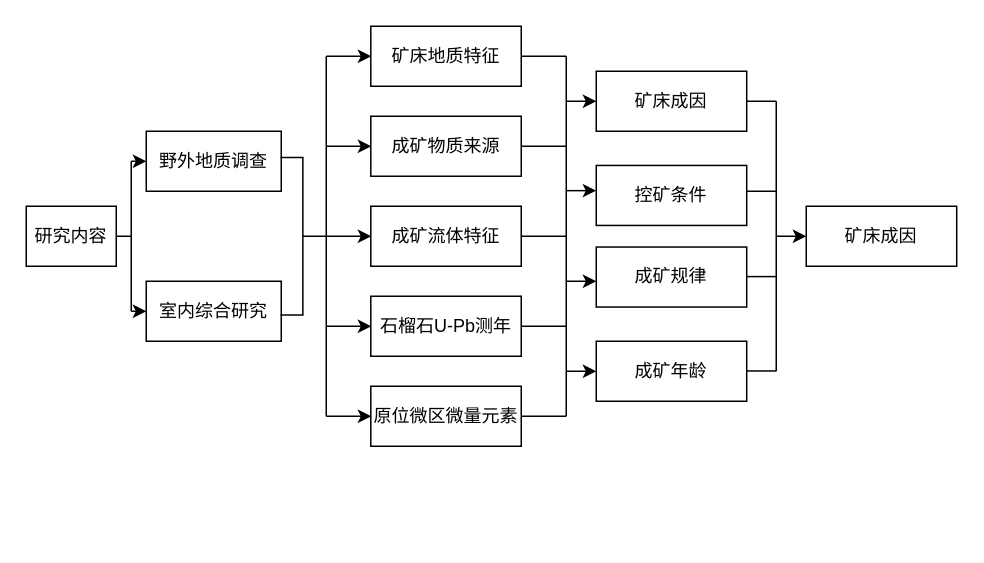
dp0qb/document_img keeps this draw.io diagram as 未命名绘图.drawio. Above is the earlier version. Source tidied: cells renumbered, new cells numbered last; positions are measured from the earlier drawing's top-left corner, leaving out a move shared by most shapes. Both pictures are drawn from the tidied source at 150%, with x=0, y=0 at pixel (26, 26).
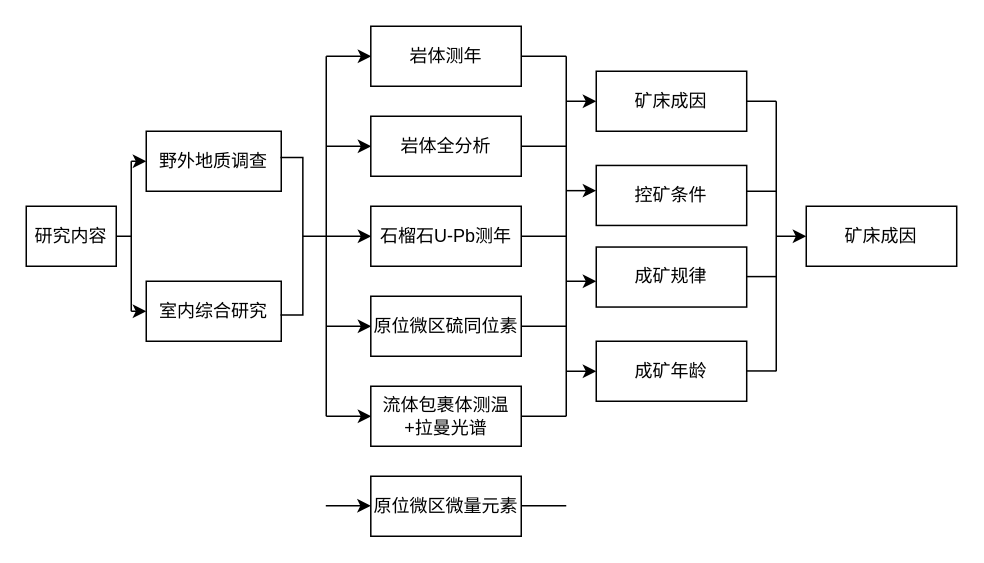
After the change.

Commit message:
更新未命名绘图.drawio

Change to the diagram source:
```diff
@@
-    <mxCell id="17" value="矿床地质特征" style="rounded=0;whiteSpace=wrap;html=1;" parent="1" vertex="1">
+    <mxCell id="17" value="岩体测年" style="rounded=0;whiteSpace=wrap;html=1;" parent="1" vertex="1">
       <mxGeometry x="229.7" width="100.3" height="40" as="geometry" />
     </mxCell>
-    <mxCell id="18" value="成矿流体特征" style="rounded=0;whiteSpace=wrap;html=1;" parent="1" vertex="1">
+    <mxCell id="18" value="石榴石U-Pb测年" style="rounded=0;whiteSpace=wrap;html=1;" parent="1" vertex="1">
       <mxGeometry x="229.7" y="120" width="100.3" height="40" as="geometry" />
     </mxCell>
-    <mxCell id="19" value="成矿物质来源" style="rounded=0;whiteSpace=wrap;html=1;" parent="1" vertex="1">
+    <mxCell id="19" value="岩体全分析" style="rounded=0;whiteSpace=wrap;html=1;" parent="1" vertex="1">
       <mxGeometry x="229.7" y="60" width="100.3" height="40" as="geometry" />
     </mxCell>
-    <mxCell id="20" value="石榴石U-Pb测年" style="rounded=0;whiteSpace=wrap;html=1;" parent="1" vertex="1">
+    <mxCell id="20" value="原位微区硫同位素" style="rounded=0;whiteSpace=wrap;html=1;" parent="1" vertex="1">
       <mxGeometry x="229.7" y="180" width="100.3" height="40" as="geometry" />
     </mxCell>
-    <mxCell id="21" value="原位微区微量元素" style="rounded=0;whiteSpace=wrap;html=1;" parent="1" vertex="1">
+    <mxCell id="21" value="流体包裹体测温&lt;br&gt;+拉曼光谱" style="rounded=0;whiteSpace=wrap;html=1;" parent="1" vertex="1">
       <mxGeometry x="229.7" y="240" width="100.3" height="40" as="geometry" />
     </mxCell>
@@
+    <mxCell id="43" value="原位微区微量元素" style="rounded=0;whiteSpace=wrap;html=1;" parent="1" vertex="1">
+      <mxGeometry x="229.7" y="300" width="100.3" height="40" as="geometry" />
+    </mxCell>
+    <mxCell id="44" style="endArrow=classic;html=1;rounded=0;" parent="1" edge="1">
+      <mxGeometry relative="1" as="geometry">
+        <mxPoint x="199.7" y="319.7" as="sourcePoint" />
+        <mxPoint x="229.7" y="319.7" as="targetPoint" />
+      </mxGeometry>
+    </mxCell>
+    <mxCell id="45" style="endArrow=none;html=1;rounded=0;exitX=1;exitY=0.5;exitDx=0;exitDy=0;" parent="1" edge="1">
+      <mxGeometry relative="1" as="geometry">
+        <mxPoint x="330" y="319.7" as="sourcePoint" />
+        <mxPoint x="360" y="319.7" as="targetPoint" />
+      </mxGeometry>
+    </mxCell>
```
